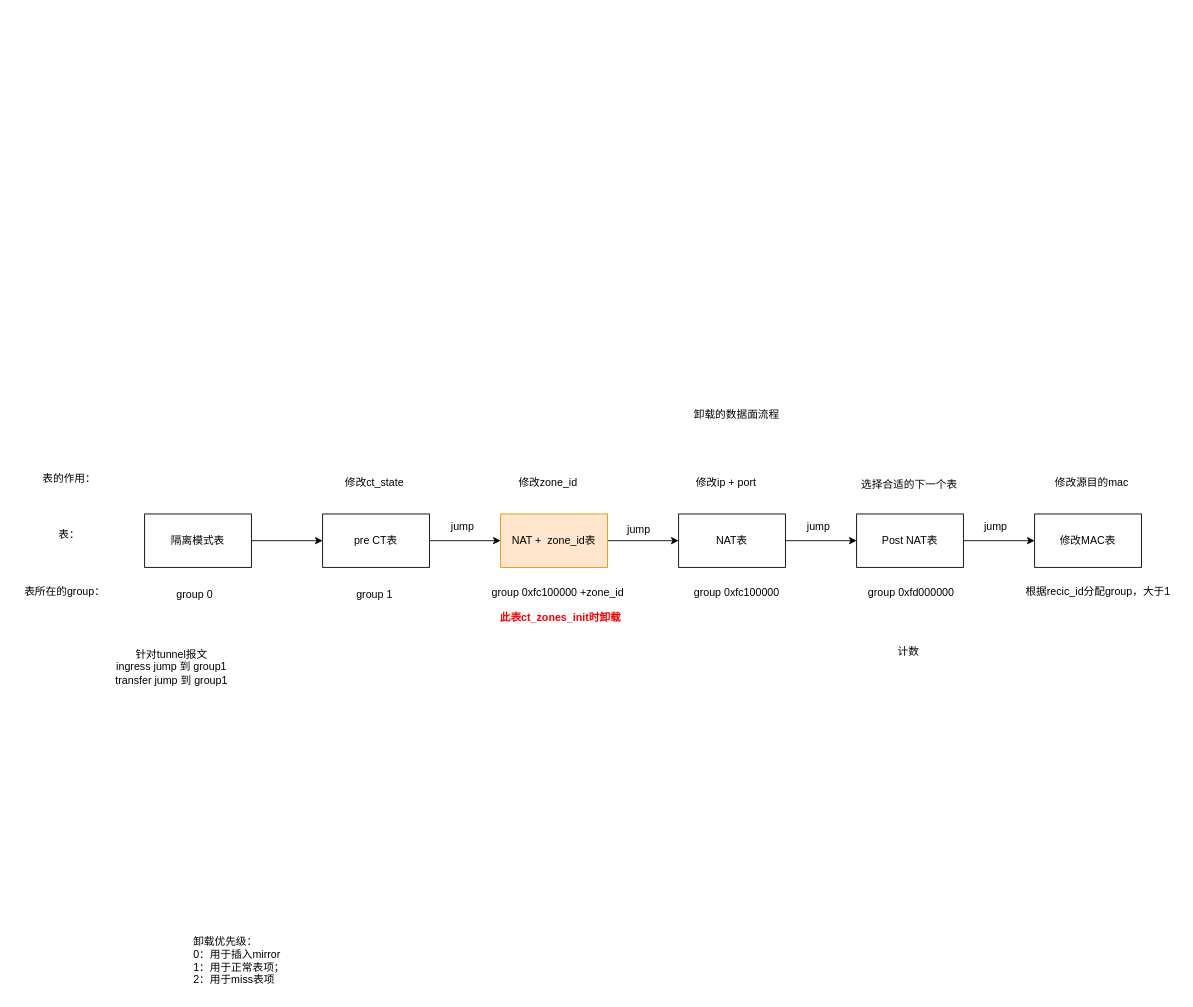
Before: page "OVS DPDK 卡上的数据面" (5 of 6) of dpdk.drawio in imoceanking/drawio, a draw.io diagram. Source tidied: cells renumbered, new cells numbered last; positions are measured from the earlier drawing's top-left corner, leaving out a move shared by most shapes. Both pictures are drawn from the tidied source at 89%, with x=0, y=0 at pixel (15, 401).
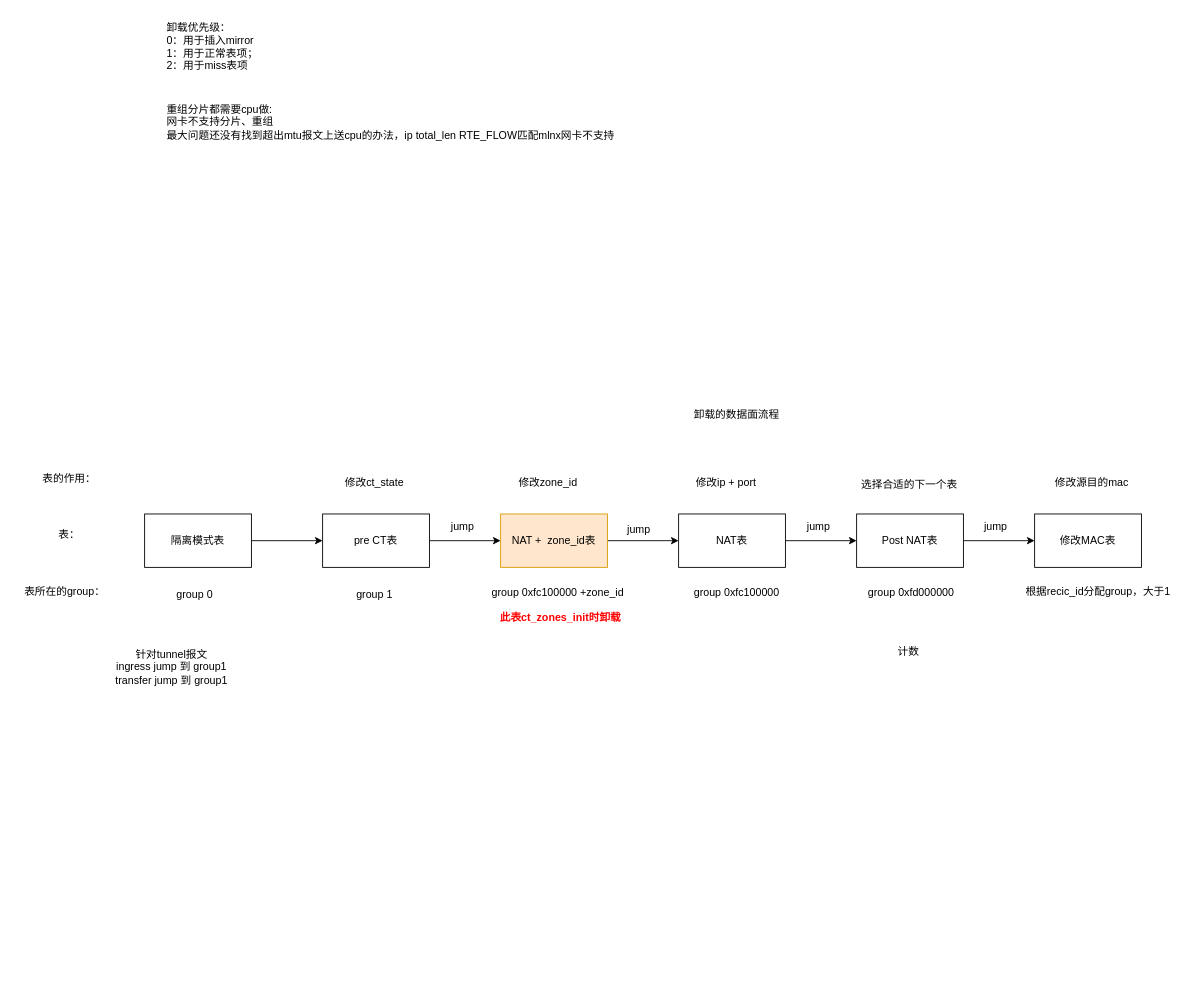
After the change.

Diff of the diagram source:
```diff
@@
     <mxCell id="35" value="卸载优先级：&lt;br&gt;0：用于插入mirror&lt;br&gt;1：用于正常表项；&lt;br&gt;2：用于miss表项" style="text;html=1;align=left;verticalAlign=middle;strokeColor=none;fillColor=none;" parent="1" vertex="1">
-      <mxGeometry x="198" y="593" width="121" height="70" as="geometry" />
+      <mxGeometry x="168" y="-434" width="121" height="70" as="geometry" />
     </mxCell>
+    <mxCell id="36" value="重组分片都需要cpu做:&lt;br&gt;网卡不支持分片、重组&lt;br&gt;最大问题还没有找到超出mtu报文上送cpu的办法，ip total_len RTE_FLOW匹配mlnx网卡不支持" style="text;html=1;align=left;verticalAlign=middle;strokeColor=none;fillColor=none;" parent="1" vertex="1">
+      <mxGeometry x="168" y="-342" width="521" height="55" as="geometry" />
+    </mxCell>
```
